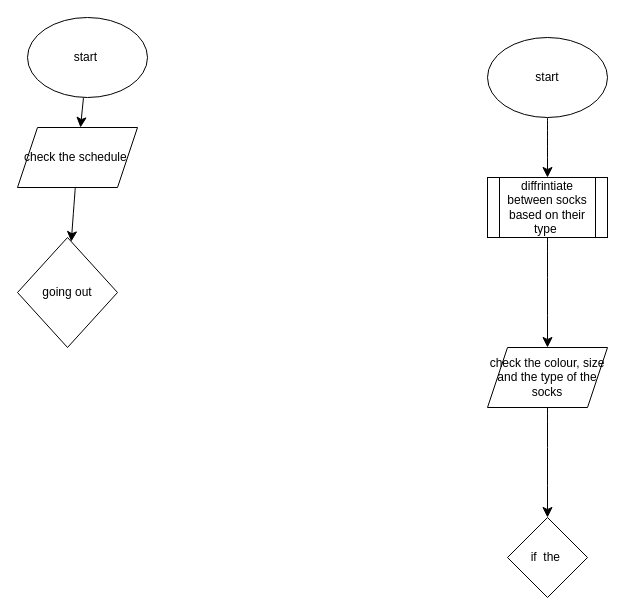
The draw.io diagram Untitled Diagram.drawio in Atish-cx/Atish, before the edit. Source tidied: cells renumbered, new cells numbered last; positions are measured from the earlier drawing's top-left corner, leaving out a move shared by most shapes. Both pictures are drawn from the tidied source at 100%, with x=0, y=0 at pixel (17, 17).
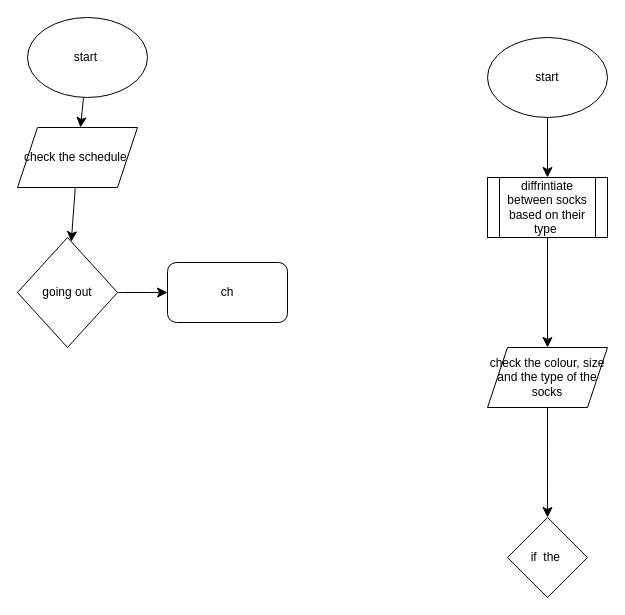
Above is the later version.

Diff of the diagram source:
```diff
@@
 <mxGraphModel>
   <root>
     <mxCell id="0" />
     <mxCell id="1" parent="0" />
     <mxCell id="2" style="edgeStyle=none;curved=1;rounded=0;jettySize=auto;html=1;fontSize=12;startSize=8;endSize=8;" parent="1" edge="1" source="3" target="5">
       <mxGeometry relative="1" as="geometry" />
     </mxCell>
     <mxCell id="3" value="start&amp;nbsp;" style="ellipse;whiteSpace=wrap;html=1;" parent="1" vertex="1">
       <mxGeometry x="10" width="120" height="80" as="geometry" />
     </mxCell>
     <mxCell id="4" style="edgeStyle=none;curved=1;rounded=0;jettySize=auto;html=1;fontSize=12;startSize=8;endSize=8;" parent="1" edge="1" source="5" target="6">
       <mxGeometry relative="1" as="geometry" />
     </mxCell>
     <mxCell id="5" value="check the schedule&amp;nbsp;" style="shape=parallelogram;perimeter=parallelogramPerimeter;whiteSpace=wrap;html=1;fixedSize=1;" parent="1" vertex="1">
       <mxGeometry y="110" width="120" height="60" as="geometry" />
     </mxCell>
+    <mxCell id="14" style="edgeStyle=none;curved=1;rounded=0;jettySize=auto;html=1;fontSize=12;startSize=8;endSize=8;" parent="1" edge="1" source="6" target="15">
+      <mxGeometry relative="1" as="geometry" />
+    </mxCell>
     <mxCell id="6" value="going out" style="rhombus;whiteSpace=wrap;html=1;" parent="1" vertex="1">
       <mxGeometry y="220" width="100" height="110" as="geometry" />
     </mxCell>
     <mxCell id="7" style="edgeStyle=none;curved=1;rounded=0;jettySize=auto;html=1;fontSize=12;startSize=8;endSize=8;" parent="1" edge="1" source="8" target="10">
       <mxGeometry relative="1" as="geometry" />
     </mxCell>
     <mxCell id="8" value="start" style="ellipse;whiteSpace=wrap;html=1;" parent="1" vertex="1">
       <mxGeometry x="470" y="20" width="120" height="80" as="geometry" />
     </mxCell>
     <mxCell id="9" style="edgeStyle=none;curved=1;rounded=0;jettySize=auto;html=1;fontSize=12;startSize=8;endSize=8;" parent="1" edge="1" source="10">
       <mxGeometry relative="1" as="geometry">
         <mxPoint x="530" y="330" as="targetPoint" />
       </mxGeometry>
     </mxCell>
     <mxCell id="10" value="diffrintiate between socks based on their type&amp;nbsp;" style="shape=process;whiteSpace=wrap;html=1;backgroundOutline=1;" parent="1" vertex="1">
       <mxGeometry x="470" y="160" width="120" height="60" as="geometry" />
     </mxCell>
     <mxCell id="11" style="edgeStyle=none;curved=1;rounded=0;jettySize=auto;html=1;fontSize=12;startSize=8;endSize=8;" parent="1" edge="1" source="12" target="13">
       <mxGeometry relative="1" as="geometry" />
     </mxCell>
     <mxCell id="12" value="check the colour, size and the type of the socks" style="shape=parallelogram;perimeter=parallelogramPerimeter;whiteSpace=wrap;html=1;fixedSize=1;" parent="1" vertex="1">
       <mxGeometry x="470" y="330" width="120" height="60" as="geometry" />
     </mxCell>
     <mxCell id="13" value="if&amp;nbsp; the&amp;nbsp;" style="rhombus;whiteSpace=wrap;html=1;" parent="1" vertex="1">
       <mxGeometry x="490" y="500" width="80" height="80" as="geometry" />
     </mxCell>
+    <mxCell id="15" value="ch" style="rounded=1;whiteSpace=wrap;html=1;" parent="1" vertex="1">
+      <mxGeometry x="150" y="245" width="120" height="60" as="geometry" />
+    </mxCell>
   </root>
 </mxGraphModel>
```
